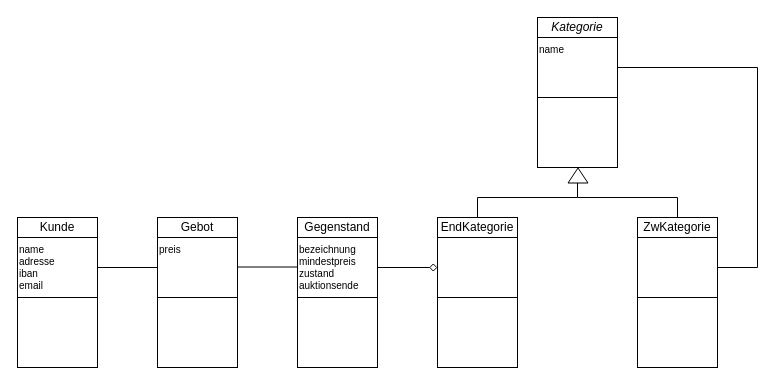
Above: Blatt1/Aufgabe2/Auktion.drawio in noscre/SoftwareEngineering19-20 (draw.io), before the change. Source tidied: cells renumbered, new cells numbered last; positions are measured from the earlier drawing's top-left corner, leaving out a move shared by most shapes. Both pictures are drawn from the tidied source at 100%, with x=0, y=0 at pixel (17, 17).
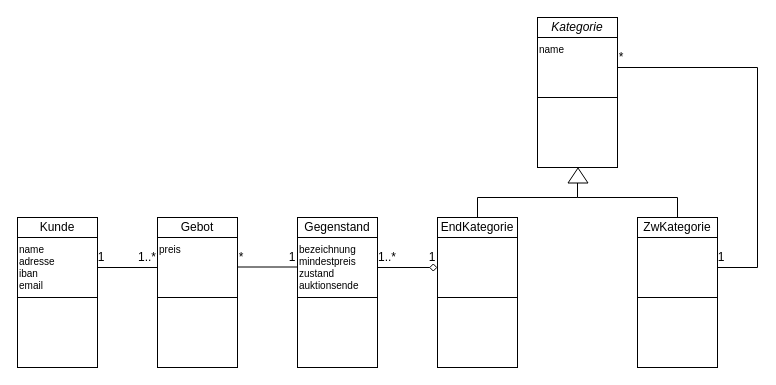
After the change.

Change to the diagram source:
```diff
@@
+    <mxCell id="27" value="*" style="text;html=1;strokeColor=none;fillColor=none;align=center;verticalAlign=middle;whiteSpace=wrap;rounded=0;" parent="1" vertex="1">
+      <mxGeometry x="584" y="30" width="40" height="20" as="geometry" />
+    </mxCell>
+    <mxCell id="28" value="1" style="text;html=1;strokeColor=none;fillColor=none;align=center;verticalAlign=middle;whiteSpace=wrap;rounded=0;" parent="1" vertex="1">
+      <mxGeometry x="684" y="230" width="40" height="20" as="geometry" />
+    </mxCell>
+    <mxCell id="29" value="1" style="text;html=1;strokeColor=none;fillColor=none;align=center;verticalAlign=middle;whiteSpace=wrap;rounded=0;" parent="1" vertex="1">
+      <mxGeometry x="395" y="230" width="40" height="20" as="geometry" />
+    </mxCell>
+    <mxCell id="30" value="1..*" style="text;html=1;strokeColor=none;fillColor=none;align=center;verticalAlign=middle;whiteSpace=wrap;rounded=0;" parent="1" vertex="1">
+      <mxGeometry x="350" y="230" width="40" height="20" as="geometry" />
+    </mxCell>
+    <mxCell id="31" value="1" style="text;html=1;strokeColor=none;fillColor=none;align=center;verticalAlign=middle;whiteSpace=wrap;rounded=0;" parent="1" vertex="1">
+      <mxGeometry x="255" y="230" width="40" height="20" as="geometry" />
+    </mxCell>
+    <mxCell id="32" value="*" style="text;html=1;strokeColor=none;fillColor=none;align=center;verticalAlign=middle;whiteSpace=wrap;rounded=0;" parent="1" vertex="1">
+      <mxGeometry x="204" y="230" width="40" height="20" as="geometry" />
+    </mxCell>
+    <mxCell id="33" value="1..*" style="text;html=1;strokeColor=none;fillColor=none;align=center;verticalAlign=middle;whiteSpace=wrap;rounded=0;" parent="1" vertex="1">
+      <mxGeometry x="110" y="230" width="40" height="20" as="geometry" />
+    </mxCell>
+    <mxCell id="34" value="1" style="text;html=1;strokeColor=none;fillColor=none;align=center;verticalAlign=middle;whiteSpace=wrap;rounded=0;" parent="1" vertex="1">
+      <mxGeometry x="64" y="230" width="40" height="20" as="geometry" />
+    </mxCell>
```
